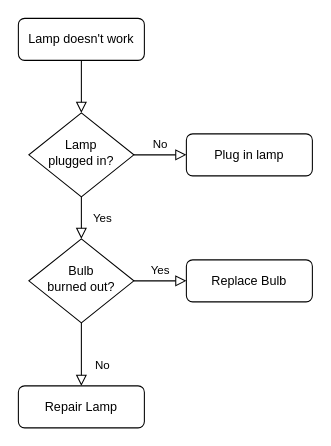
P1ksel01/Chekmarev908 keeps this draw.io diagram as Диаграмма без названия.drawio. Above is the earlier version. Source tidied: cells renumbered, new cells numbered last; positions are measured from the earlier drawing's top-left corner, leaving out a move shared by most shapes. Both pictures are drawn from the tidied source at 105%, with x=0, y=0 at pixel (18, 18).
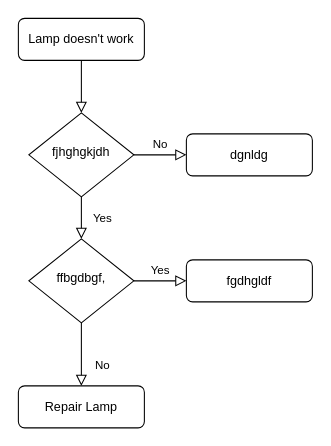
The same page after the edit.

Diff of the diagram source:
```diff
@@
 <mxGraphModel>
   <root>
     <mxCell id="0" />
     <mxCell id="1" parent="0" />
     <mxCell id="2" style="rounded=0;html=1;jettySize=auto;fontSize=11;endArrow=block;endFill=0;endSize=8;strokeWidth=1;shadow=0;labelBackgroundColor=none;edgeStyle=orthogonalEdgeStyle;" parent="1" edge="1" source="3" target="6">
       <mxGeometry relative="1" as="geometry" />
     </mxCell>
     <mxCell id="3" value="Lamp doesn't work" style="rounded=1;whiteSpace=wrap;html=1;fontSize=12;glass=0;strokeWidth=1;shadow=0;" parent="1" vertex="1">
       <mxGeometry width="120" height="40" as="geometry" />
     </mxCell>
     <mxCell id="4" value="Yes" style="rounded=0;html=1;jettySize=auto;fontSize=11;endArrow=block;endFill=0;endSize=8;strokeWidth=1;shadow=0;labelBackgroundColor=none;edgeStyle=orthogonalEdgeStyle;" parent="1" edge="1" source="6" target="10">
       <mxGeometry y="20" relative="1" as="geometry" />
     </mxCell>
     <mxCell id="5" value="No" style="edgeStyle=orthogonalEdgeStyle;rounded=0;html=1;jettySize=auto;fontSize=11;endArrow=block;endFill=0;endSize=8;strokeWidth=1;shadow=0;labelBackgroundColor=none;" parent="1" edge="1" source="6" target="7">
       <mxGeometry y="10" relative="1" as="geometry" />
     </mxCell>
-    <mxCell id="6" value="Lamp&lt;br&gt;plugged in?" style="rhombus;whiteSpace=wrap;html=1;shadow=0;fontFamily=Helvetica;fontSize=12;align=center;strokeWidth=1;spacing=6;spacingTop=-4;" parent="1" vertex="1">
+    <mxCell id="6" value="fjhghgkjdh" style="rhombus;whiteSpace=wrap;html=1;shadow=0;fontFamily=Helvetica;fontSize=12;align=center;strokeWidth=1;spacing=6;spacingTop=-4;" parent="1" vertex="1">
       <mxGeometry x="10" y="90" width="100" height="80" as="geometry" />
     </mxCell>
-    <mxCell id="7" value="Plug in lamp" style="rounded=1;whiteSpace=wrap;html=1;fontSize=12;glass=0;strokeWidth=1;shadow=0;" parent="1" vertex="1">
+    <mxCell id="7" value="dgnldg" style="rounded=1;whiteSpace=wrap;html=1;fontSize=12;glass=0;strokeWidth=1;shadow=0;" parent="1" vertex="1">
       <mxGeometry x="160" y="110" width="120" height="40" as="geometry" />
     </mxCell>
     <mxCell id="8" value="No" style="rounded=0;html=1;jettySize=auto;fontSize=11;endArrow=block;endFill=0;endSize=8;strokeWidth=1;shadow=0;labelBackgroundColor=none;edgeStyle=orthogonalEdgeStyle;" parent="1" edge="1" source="10" target="11">
       <mxGeometry x="0.33" y="20" relative="1" as="geometry" />
     </mxCell>
     <mxCell id="9" value="Yes" style="edgeStyle=orthogonalEdgeStyle;rounded=0;html=1;jettySize=auto;fontSize=11;endArrow=block;endFill=0;endSize=8;strokeWidth=1;shadow=0;labelBackgroundColor=none;" parent="1" edge="1" source="10" target="12">
       <mxGeometry y="10" relative="1" as="geometry" />
     </mxCell>
-    <mxCell id="10" value="Bulb&lt;br&gt;burned out?" style="rhombus;whiteSpace=wrap;html=1;shadow=0;fontFamily=Helvetica;fontSize=12;align=center;strokeWidth=1;spacing=6;spacingTop=-4;" parent="1" vertex="1">
+    <mxCell id="10" value="ffbgdbgf," style="rhombus;whiteSpace=wrap;html=1;shadow=0;fontFamily=Helvetica;fontSize=12;align=center;strokeWidth=1;spacing=6;spacingTop=-4;" parent="1" vertex="1">
       <mxGeometry x="10" y="210" width="100" height="80" as="geometry" />
     </mxCell>
     <mxCell id="11" value="Repair Lamp" style="rounded=1;whiteSpace=wrap;html=1;fontSize=12;glass=0;strokeWidth=1;shadow=0;" parent="1" vertex="1">
       <mxGeometry y="350" width="120" height="40" as="geometry" />
     </mxCell>
-    <mxCell id="12" value="Replace Bulb" style="rounded=1;whiteSpace=wrap;html=1;fontSize=12;glass=0;strokeWidth=1;shadow=0;" parent="1" vertex="1">
+    <mxCell id="12" value="fgdhgldf" style="rounded=1;whiteSpace=wrap;html=1;fontSize=12;glass=0;strokeWidth=1;shadow=0;" parent="1" vertex="1">
       <mxGeometry x="160" y="230" width="120" height="40" as="geometry" />
     </mxCell>
   </root>
 </mxGraphModel>
```
